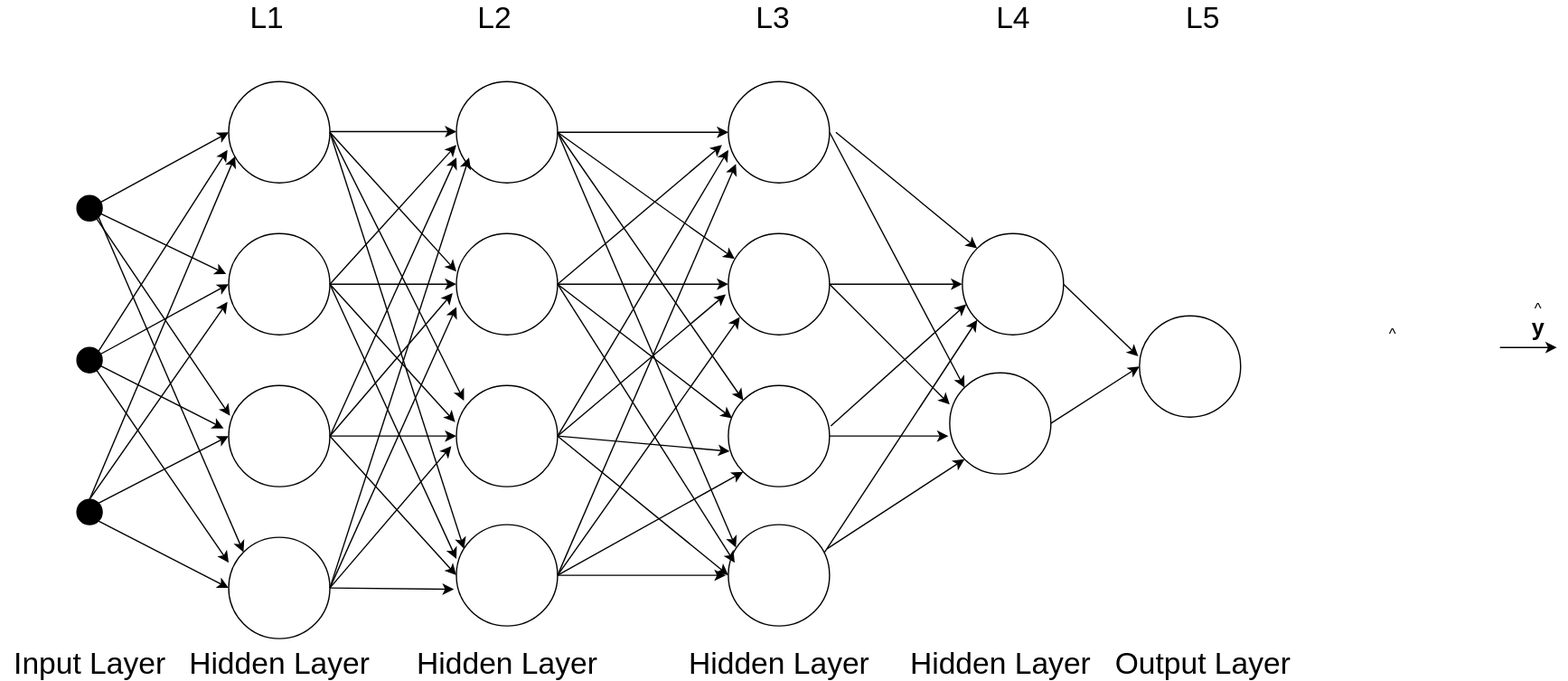
Above: assets/images/neural-networks/deep-neural-network.svg in ronen567/just-the-docs (draw.io), before the change. Source tidied: cells renumbered, new cells last; positions are measured from the earlier drawing's top-left corner, leaving out a move shared by most shapes.
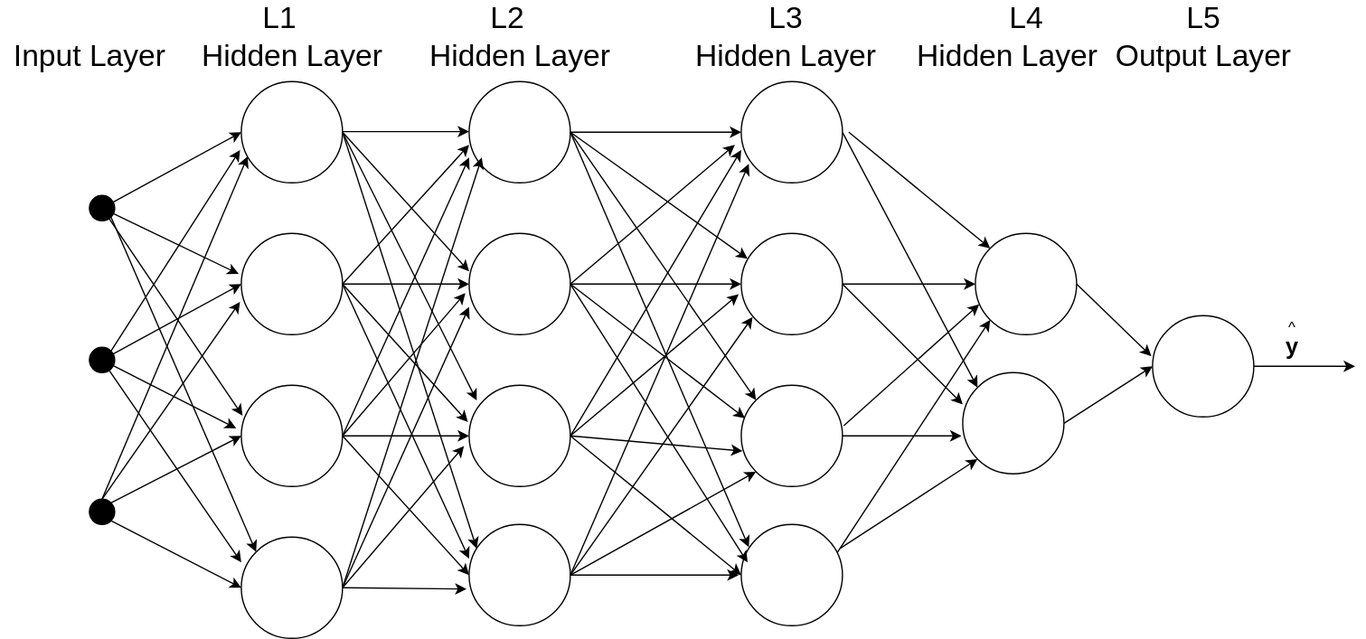
After the change.

Change to the diagram source:
```diff
@@ -99,20 +99,11 @@
     <mxCell id="30" style="endArrow=classic;html=1;exitX=0.975;exitY=0.238;exitDx=0;exitDy=0;entryX=0;entryY=1;entryDx=0;entryDy=0;exitPerimeter=0;" parent="1" edge="1" source="9" target="10">
       <mxGeometry relative="1" as="geometry" />
     </mxCell>
-    <mxCell id="31" style="endArrow=classic;html=1;exitX=1;exitY=0.5;exitDx=0;exitDy=0;" parent="1" edge="1">
-      <mxGeometry relative="1" as="geometry">
-        <mxPoint x="1185" y="270" as="sourcePoint" />
-        <mxPoint x="1230" y="270" as="targetPoint" />
-      </mxGeometry>
-    </mxCell>
     <mxCell id="32" value="&lt;font style=&quot;font-size: 18px&quot;&gt;&lt;b&gt;y&lt;/b&gt;&lt;/font&gt;" style="text;html=1;align=center;verticalAlign=middle;" parent="1" vertex="1">
-      <mxGeometry x="1200" y="245" width="30" height="20" as="geometry" />
+      <mxGeometry x="995" y="260" width="30" height="20" as="geometry" />
     </mxCell>
-    <mxCell id="33" value="^" style="text;html=1;align=center;verticalAlign=middle;" parent="1" vertex="1">
-      <mxGeometry x="1090" y="250" width="20" height="20" as="geometry" />
-    </mxCell>
     <mxCell id="34" value="^" style="text;html=1;align=center;verticalAlign=middle;" parent="1" vertex="1">
-      <mxGeometry x="1205" y="230" width="20" height="20" as="geometry" />
+      <mxGeometry x="1000" y="245" width="20" height="20" as="geometry" />
     </mxCell>
     <mxCell id="35" style="ellipse;whiteSpace=wrap;html=1;" parent="1" vertex="1">
       <mxGeometry x="760" y="180" width="80" height="80" as="geometry" />
@@ -274,25 +265,30 @@
       <mxGeometry x="780" width="40" height="20" as="geometry" />
     </mxCell>
     <mxCell id="82" value="&lt;span style=&quot;font-size: 24px&quot;&gt;L5&lt;/span&gt;" style="text;html=1;align=center;verticalAlign=middle;" parent="1" vertex="1">
-      <mxGeometry x="930" width="40" height="20" as="geometry" />
+      <mxGeometry x="920" width="40" height="20" as="geometry" />
     </mxCell>
     <mxCell id="83" value="&lt;font style=&quot;font-size: 24px&quot;&gt;Hidden Layer&lt;/font&gt;" style="text;html=1;align=center;verticalAlign=middle;" parent="1" vertex="1">
-      <mxGeometry x="140" y="510" width="160" height="20" as="geometry" />
+      <mxGeometry x="140" y="30" width="160" height="20" as="geometry" />
     </mxCell>
     <mxCell id="84" value="&lt;span style=&quot;font-size: 24px&quot;&gt;Hidden Layer&lt;/span&gt;" style="text;html=1;align=center;verticalAlign=middle;" parent="1" vertex="1">
-      <mxGeometry x="320" y="510" width="160" height="20" as="geometry" />
+      <mxGeometry x="320" y="30" width="160" height="20" as="geometry" />
     </mxCell>
     <mxCell id="85" value="&lt;span style=&quot;font-size: 24px&quot;&gt;Hidden Layer&lt;/span&gt;" style="text;html=1;align=center;verticalAlign=middle;" parent="1" vertex="1">
-      <mxGeometry x="535" y="510" width="160" height="20" as="geometry" />
+      <mxGeometry x="530" y="30" width="160" height="20" as="geometry" />
     </mxCell>
     <mxCell id="86" value="&lt;span style=&quot;font-size: 24px&quot;&gt;Hidden Layer&lt;/span&gt;" style="text;html=1;align=center;verticalAlign=middle;" parent="1" vertex="1">
-      <mxGeometry x="710" y="510" width="160" height="20" as="geometry" />
+      <mxGeometry x="705" y="30" width="160" height="20" as="geometry" />
     </mxCell>
     <mxCell id="87" value="&lt;span style=&quot;font-size: 24px&quot;&gt;Output Layer&lt;/span&gt;" style="text;html=1;align=center;verticalAlign=middle;" parent="1" vertex="1">
-      <mxGeometry x="875" y="510" width="150" height="20" as="geometry" />
+      <mxGeometry x="865" y="30" width="150" height="20" as="geometry" />
     </mxCell>
     <mxCell id="88" value="&lt;span style=&quot;font-size: 24px&quot;&gt;Input Layer&lt;/span&gt;" style="text;html=1;align=center;verticalAlign=middle;" parent="1" vertex="1">
-      <mxGeometry y="510" width="140" height="20" as="geometry" />
+      <mxGeometry x="-10" y="30" width="140" height="20" as="geometry" />
     </mxCell>
+    <mxCell id="89" style="endArrow=classic;html=1;exitX=1;exitY=0.5;exitDx=0;exitDy=0;" parent="1" edge="1" source="36">
+      <mxGeometry relative="1" as="geometry">
+        <mxPoint x="1060" y="285" as="targetPoint" />
+      </mxGeometry>
+    </mxCell>
   </root>
 </mxGraphModel>
```
